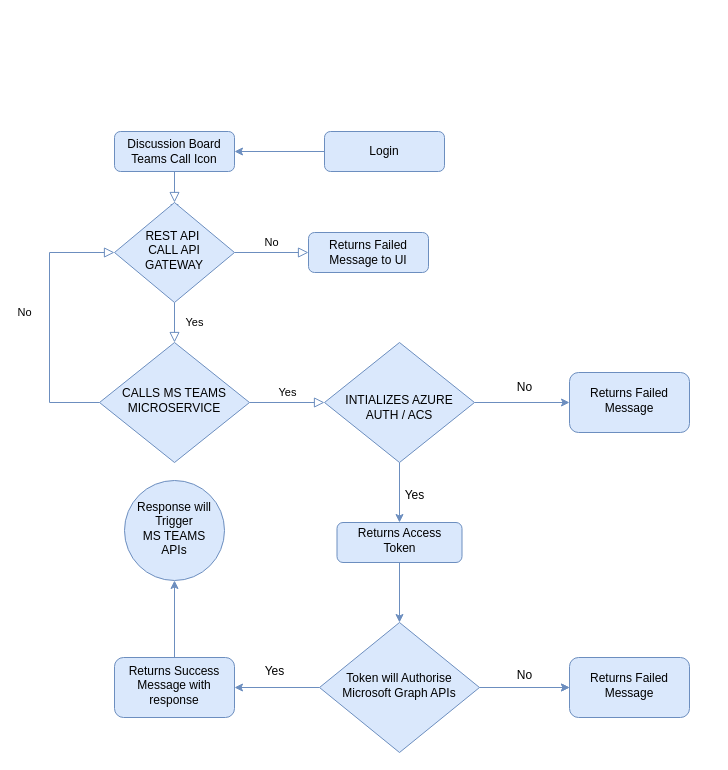
Earlier version of the draw.io diagram page "Page-1" (1 of 2) of Server side SSO.drawio (alluridurgaprasadreddy/ACS). Source tidied: cells renumbered, new cells numbered last; positions are measured from the earlier drawing's top-left corner, leaving out a move shared by most shapes. Both pictures are drawn from the tidied source at 100%, with x=0, y=0 at pixel (49, 131).
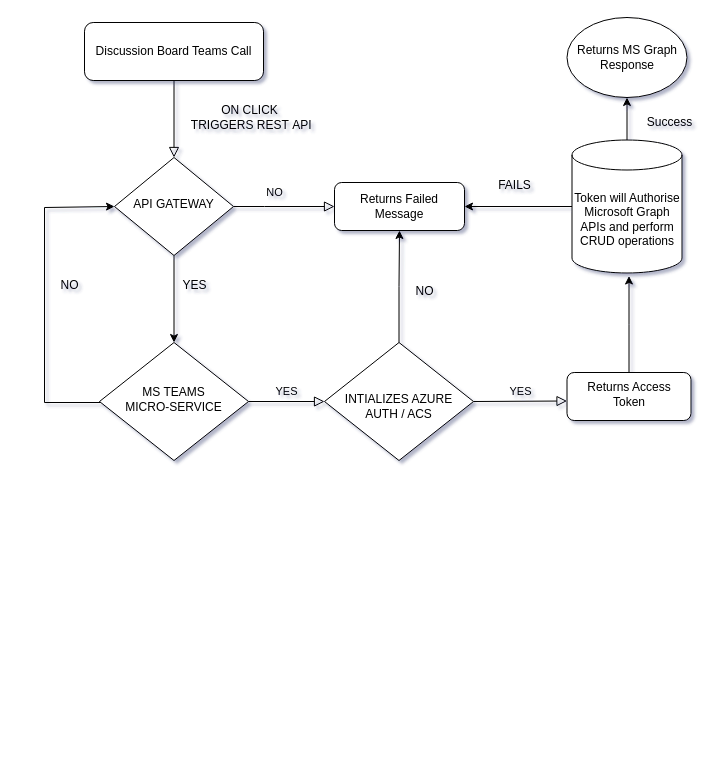
After the change.

What changed in the source:
```diff
@@
-<mxGraphModel>
+<mxGraphModel shadow="1">
@@
-    <mxCell id="2" style="rounded=0;html=1;jettySize=auto;fontSize=11;endArrow=block;endFill=0;endSize=8;strokeWidth=1;shadow=0;labelBackgroundColor=none;edgeStyle=orthogonalEdgeStyle;fillColor=#dae8fc;strokeColor=#6c8ebf;" parent="1" edge="1" source="3" target="7">
+    <mxCell id="2" style="rounded=0;html=1;jettySize=auto;fontSize=11;endArrow=block;endFill=0;endSize=8;strokeWidth=1;shadow=0;labelBackgroundColor=none;edgeStyle=orthogonalEdgeStyle;" parent="1" edge="1" source="3" target="7">
       <mxGeometry relative="1" as="geometry" />
     </mxCell>
-    <mxCell id="3" value="Discussion Board Teams Call Icon" style="rounded=1;whiteSpace=wrap;html=1;fontSize=12;glass=0;strokeWidth=1;shadow=0;fillColor=#dae8fc;strokeColor=#6c8ebf;" parent="1" vertex="1">
-      <mxGeometry x="65" width="120" height="40" as="geometry" />
+    <mxCell id="3" value="Discussion Board Teams Call" style="rounded=1;whiteSpace=wrap;html=1;fontSize=12;glass=0;strokeWidth=1;shadow=0;" parent="1" vertex="1">
+      <mxGeometry x="35" y="-109" width="179" height="58" as="geometry" />
     </mxCell>
+    <mxCell id="5" value="NO" style="edgeStyle=orthogonalEdgeStyle;rounded=0;html=1;jettySize=auto;fontSize=11;endArrow=block;endFill=0;endSize=8;strokeWidth=1;shadow=0;labelBackgroundColor=none;" parent="1" edge="1" source="7" target="8">
+      <mxGeometry x="-0.19" y="14" relative="1" as="geometry">
+        <Array as="points">
+          <mxPoint x="215" y="75" />
+          <mxPoint x="215" y="75" />
+        </Array>
+      </mxGeometry>
+    </mxCell>
-    <mxCell id="4" value="Yes" style="rounded=0;html=1;jettySize=auto;fontSize=11;endArrow=block;endFill=0;endSize=8;strokeWidth=1;shadow=0;labelBackgroundColor=none;edgeStyle=orthogonalEdgeStyle;fillColor=#dae8fc;strokeColor=#6c8ebf;" parent="1" edge="1" source="7" target="11">
-      <mxGeometry y="20" relative="1" as="geometry" />
+    <mxCell id="4" style="edgeStyle=orthogonalEdgeStyle;rounded=0;jettySize=auto;html=1;" parent="1" edge="1" source="7" target="11">
+      <mxGeometry relative="1" as="geometry" />
     </mxCell>
-    <mxCell id="5" value="No" style="edgeStyle=orthogonalEdgeStyle;rounded=0;html=1;jettySize=auto;fontSize=11;endArrow=block;endFill=0;endSize=8;strokeWidth=1;shadow=0;labelBackgroundColor=none;fillColor=#dae8fc;strokeColor=#6c8ebf;" parent="1" edge="1" source="7" target="8">
-      <mxGeometry y="10" relative="1" as="geometry" />
-    </mxCell>
-    <mxCell id="6" style="edgeStyle=orthogonalEdgeStyle;rounded=0;jettySize=auto;html=1;exitX=0.5;exitY=0;exitDx=0;exitDy=0;fillColor=#dae8fc;strokeColor=#6c8ebf;" parent="1" edge="1" source="7">
-      <mxGeometry relative="1" as="geometry">
-        <mxPoint x="125" y="81" as="targetPoint" />
-      </mxGeometry>
-    </mxCell>
-    <mxCell id="7" value="REST API&amp;nbsp;&lt;br&gt;CALL API GATEWAY" style="rhombus;whiteSpace=wrap;html=1;shadow=0;fontFamily=Helvetica;fontSize=12;align=center;strokeWidth=1;spacing=6;spacingTop=-4;fillColor=#dae8fc;strokeColor=#6c8ebf;" parent="1" vertex="1">
-      <mxGeometry x="65" y="71" width="120" height="100" as="geometry" />
+    <mxCell id="7" value="API GATEWAY" style="rhombus;whiteSpace=wrap;html=1;shadow=0;fontFamily=Helvetica;fontSize=12;align=center;strokeWidth=1;spacing=6;spacingTop=-4;" parent="1" vertex="1">
+      <mxGeometry x="65" y="26" width="119" height="98" as="geometry" />
     </mxCell>
-    <mxCell id="8" value="Returns Failed Message to UI" style="rounded=1;whiteSpace=wrap;html=1;fontSize=12;glass=0;strokeWidth=1;shadow=0;fillColor=#dae8fc;strokeColor=#6c8ebf;" parent="1" vertex="1">
-      <mxGeometry x="259" y="101" width="120" height="40" as="geometry" />
+    <mxCell id="8" value="Returns Failed Message" style="rounded=1;whiteSpace=wrap;html=1;fontSize=12;glass=0;strokeWidth=1;shadow=0;" parent="1" vertex="1">
+      <mxGeometry x="285" y="51" width="130" height="48" as="geometry" />
     </mxCell>
+    <mxCell id="10" value="YES" style="edgeStyle=orthogonalEdgeStyle;rounded=0;html=1;jettySize=auto;fontSize=11;endArrow=block;endFill=0;endSize=8;strokeWidth=1;shadow=0;labelBackgroundColor=none;entryX=0;entryY=0.5;entryDx=0;entryDy=0;" parent="1" edge="1" source="11" target="16">
+      <mxGeometry y="10" relative="1" as="geometry" />
+    </mxCell>
-    <mxCell id="9" value="No" style="rounded=0;html=1;jettySize=auto;fontSize=11;endArrow=block;endFill=0;endSize=8;strokeWidth=1;shadow=0;labelBackgroundColor=none;edgeStyle=orthogonalEdgeStyle;entryX=0;entryY=0.5;entryDx=0;entryDy=0;exitX=0;exitY=0.5;exitDx=0;exitDy=0;fillColor=#dae8fc;strokeColor=#6c8ebf;" parent="1" edge="1" source="11" target="7">
-      <mxGeometry x="0.06" y="25" relative="1" as="geometry">
+    <mxCell id="9" style="edgeStyle=orthogonalEdgeStyle;rounded=0;jettySize=auto;html=1;entryX=0;entryY=0.5;entryDx=0;entryDy=0;" parent="1" edge="1" source="11" target="7">
+      <mxGeometry relative="1" as="geometry">
         <Array as="points">
-          <mxPoint y="271" />
-          <mxPoint y="121" />
+          <mxPoint x="-5" y="271" />
+          <mxPoint x="-5" y="76" />
         </Array>
       </mxGeometry>
     </mxCell>
-    <mxCell id="10" value="Yes" style="edgeStyle=orthogonalEdgeStyle;rounded=0;html=1;jettySize=auto;fontSize=11;endArrow=block;endFill=0;endSize=8;strokeWidth=1;shadow=0;labelBackgroundColor=none;entryX=0;entryY=0.5;entryDx=0;entryDy=0;fillColor=#dae8fc;strokeColor=#6c8ebf;" parent="1" edge="1" source="11" target="16">
-      <mxGeometry y="10" relative="1" as="geometry" />
-    </mxCell>
-    <mxCell id="11" value="CALLS MS TEAMS MICROSERVICE" style="rhombus;whiteSpace=wrap;html=1;shadow=0;fontFamily=Helvetica;fontSize=12;align=center;strokeWidth=1;spacing=6;spacingTop=-4;fillColor=#dae8fc;strokeColor=#6c8ebf;" parent="1" vertex="1">
-      <mxGeometry x="50" y="211" width="150" height="120" as="geometry" />
+    <mxCell id="11" value="MS TEAMS &lt;br&gt;MICRO-SERVICE" style="rhombus;whiteSpace=wrap;html=1;shadow=0;fontFamily=Helvetica;fontSize=12;align=center;strokeWidth=1;spacing=6;spacingTop=-4;" parent="1" vertex="1">
+      <mxGeometry x="50" y="211" width="149" height="118" as="geometry" />
     </mxCell>
-    <mxCell id="12" style="edgeStyle=orthogonalEdgeStyle;rounded=0;jettySize=auto;html=1;fillColor=#dae8fc;strokeColor=#6c8ebf;" parent="1" edge="1" source="13" target="3">
-      <mxGeometry relative="1" as="geometry" />
-    </mxCell>
-    <mxCell id="13" value="Login" style="rounded=1;whiteSpace=wrap;html=1;fontSize=12;glass=0;strokeWidth=1;shadow=0;fillColor=#dae8fc;strokeColor=#6c8ebf;" parent="1" vertex="1">
-      <mxGeometry x="275" width="120" height="40" as="geometry" />
-    </mxCell>
-    <mxCell id="14" style="edgeStyle=orthogonalEdgeStyle;rounded=0;jettySize=auto;html=1;fillColor=#dae8fc;strokeColor=#6c8ebf;" parent="1" edge="1" source="16" target="18">
-      <mxGeometry relative="1" as="geometry" />
-    </mxCell>
-    <mxCell id="15" style="edgeStyle=orthogonalEdgeStyle;rounded=0;jettySize=auto;html=1;fillColor=#dae8fc;strokeColor=#6c8ebf;" parent="1" edge="1" source="16" target="19">
-      <mxGeometry relative="1" as="geometry" />
-    </mxCell>
+    <mxCell id="32" style="edgeStyle=orthogonalEdgeStyle;rounded=0;jettySize=auto;html=1;" parent="1" edge="1" source="16" target="8">
+      <mxGeometry relative="1" as="geometry" />
+    </mxCell>
-    <mxCell id="16" value="&lt;br&gt;INTIALIZES AZURE AUTH / ACS" style="rhombus;whiteSpace=wrap;html=1;shadow=0;fontFamily=Helvetica;fontSize=12;align=center;strokeWidth=1;spacing=6;spacingTop=-4;fillColor=#dae8fc;strokeColor=#6c8ebf;" parent="1" vertex="1">
-      <mxGeometry x="275" y="211" width="150" height="120" as="geometry" />
+    <mxCell id="16" value="&lt;br&gt;INTIALIZES AZURE AUTH / ACS" style="rhombus;whiteSpace=wrap;html=1;shadow=0;fontFamily=Helvetica;fontSize=12;align=center;strokeWidth=1;spacing=6;spacingTop=-4;" parent="1" vertex="1">
+      <mxGeometry x="275" y="211" width="149" height="118" as="geometry" />
     </mxCell>
-    <mxCell id="17" style="edgeStyle=orthogonalEdgeStyle;rounded=0;jettySize=auto;html=1;fillColor=#dae8fc;strokeColor=#6c8ebf;" parent="1" edge="1" source="18" target="27">
-      <mxGeometry relative="1" as="geometry" />
-    </mxCell>
+    <mxCell id="33" style="edgeStyle=orthogonalEdgeStyle;rounded=0;jettySize=auto;html=1;" parent="1" edge="1" source="18">
+      <mxGeometry relative="1" as="geometry">
+        <mxPoint x="579.5" y="144.5" as="targetPoint" />
+      </mxGeometry>
+    </mxCell>
-    <mxCell id="18" value="Returns Access&lt;br&gt;Token" style="rounded=1;whiteSpace=wrap;html=1;shadow=0;strokeWidth=1;spacing=6;spacingTop=-4;fillColor=#dae8fc;strokeColor=#6c8ebf;" parent="1" vertex="1">
-      <mxGeometry x="287.5" y="391" width="125" height="40" as="geometry" />
+    <mxCell id="18" value="Returns Access&lt;br&gt;Token" style="rounded=1;whiteSpace=wrap;html=1;shadow=0;strokeWidth=1;spacing=6;spacingTop=-4;" parent="1" vertex="1">
+      <mxGeometry x="517.5" y="241" width="124" height="48" as="geometry" />
     </mxCell>
-    <mxCell id="19" value="Returns Failed Message" style="rounded=1;whiteSpace=wrap;html=1;shadow=0;strokeWidth=1;spacing=6;spacingTop=-4;fillColor=#dae8fc;strokeColor=#6c8ebf;" parent="1" vertex="1">
-      <mxGeometry x="520" y="241" width="120" height="60" as="geometry" />
-    </mxCell>
-    <mxCell id="20" style="edgeStyle=orthogonalEdgeStyle;rounded=0;jettySize=auto;html=1;fillColor=#dae8fc;strokeColor=#6c8ebf;" parent="1" edge="1" source="21" target="23">
-      <mxGeometry relative="1" as="geometry" />
-    </mxCell>
-    <mxCell id="21" value="Returns Success Message with response" style="rounded=1;whiteSpace=wrap;html=1;shadow=0;strokeWidth=1;spacing=6;spacingTop=-4;fillColor=#dae8fc;strokeColor=#6c8ebf;" parent="1" vertex="1">
-      <mxGeometry x="65" y="526" width="120" height="60" as="geometry" />
-    </mxCell>
-    <mxCell id="22" value="Returns Failed Message" style="rounded=1;whiteSpace=wrap;html=1;shadow=0;strokeWidth=1;spacing=6;spacingTop=-4;fillColor=#dae8fc;strokeColor=#6c8ebf;" parent="1" vertex="1">
-      <mxGeometry x="520" y="526" width="120" height="60" as="geometry" />
-    </mxCell>
-    <mxCell id="23" value="Response will Trigger&lt;br&gt;MS TEAMS APIs" style="ellipse;whiteSpace=wrap;html=1;rounded=1;shadow=0;strokeWidth=1;spacing=6;spacingTop=-4;fillColor=#dae8fc;strokeColor=#6c8ebf;" parent="1" vertex="1">
-      <mxGeometry x="75" y="349" width="100" height="100" as="geometry" />
-    </mxCell>
-    <mxCell id="24" style="edgeStyle=orthogonalEdgeStyle;rounded=0;jettySize=auto;html=1;fillColor=#dae8fc;strokeColor=#6c8ebf;" parent="1" edge="1" source="27" target="22">
-      <mxGeometry relative="1" as="geometry" />
-    </mxCell>
-    <mxCell id="25" style="edgeStyle=orthogonalEdgeStyle;rounded=0;jettySize=auto;html=1;fillColor=#dae8fc;strokeColor=#6c8ebf;" parent="1" edge="1" source="27" target="21">
-      <mxGeometry relative="1" as="geometry" />
-    </mxCell>
-    <mxCell id="26" style="edgeStyle=orthogonalEdgeStyle;rounded=0;jettySize=auto;html=1;fillColor=#dae8fc;strokeColor=#6c8ebf;" parent="1" edge="1" source="27" target="22">
-      <mxGeometry relative="1" as="geometry" />
-    </mxCell>
-    <mxCell id="27" value="Token will Authorise Microsoft Graph APIs" style="rhombus;whiteSpace=wrap;html=1;shadow=0;fontFamily=Helvetica;fontSize=12;align=center;strokeWidth=1;spacing=6;spacingTop=-4;fillColor=#dae8fc;strokeColor=#6c8ebf;" parent="1" vertex="1">
-      <mxGeometry x="270" y="491" width="160" height="130" as="geometry" />
-    </mxCell>
-    <mxCell id="28" value="No" style="text;html=1;align=center;verticalAlign=middle;strokeColor=none;fillColor=none;" parent="1" vertex="1">
-      <mxGeometry x="455" y="241" width="40" height="30" as="geometry" />
+    <mxCell id="28" value="NO" style="text;html=1;align=center;verticalAlign=middle;" parent="1" vertex="1">
+      <mxGeometry x="355" y="144.5" width="40" height="30" as="geometry" />
     </mxCell>
-    <mxCell id="29" value="Yes" style="text;html=1;align=center;verticalAlign=middle;strokeColor=none;fillColor=none;" parent="1" vertex="1">
-      <mxGeometry x="345" y="349" width="40" height="30" as="geometry" />
-    </mxCell>
-    <mxCell id="30" value="No" style="text;html=1;align=center;verticalAlign=middle;strokeColor=none;fillColor=none;" parent="1" vertex="1">
-      <mxGeometry x="455" y="529" width="40" height="30" as="geometry" />
-    </mxCell>
-    <mxCell id="31" value="Yes" style="text;html=1;align=center;verticalAlign=middle;strokeColor=none;fillColor=none;" parent="1" vertex="1">
-      <mxGeometry x="205" y="525" width="40" height="30" as="geometry" />
-    </mxCell>
+    <mxCell id="34" value="ON CLICK&lt;br&gt;&amp;nbsp;TRIGGERS&amp;nbsp;REST&amp;nbsp;API" style="text;html=1;align=center;verticalAlign=middle;" parent="1" vertex="1">
+      <mxGeometry x="125" y="-34" width="150" height="40" as="geometry" />
+    </mxCell>
+    <mxCell id="35" value="YES" style="edgeStyle=orthogonalEdgeStyle;rounded=0;html=1;jettySize=auto;fontSize=11;endArrow=block;endFill=0;endSize=8;strokeWidth=1;shadow=0;labelBackgroundColor=none;entryX=0;entryY=0.5;entryDx=0;entryDy=0;exitX=1;exitY=0.5;exitDx=0;exitDy=0;" parent="1" edge="1" source="16">
+      <mxGeometry y="10" relative="1" as="geometry">
+        <mxPoint x="517.5" y="269.5" as="targetPoint" />
+      </mxGeometry>
+    </mxCell>
+    <mxCell id="36" style="edgeStyle=orthogonalEdgeStyle;rounded=0;jettySize=auto;html=1;" parent="1" edge="1" source="38" target="8">
+      <mxGeometry relative="1" as="geometry" />
+    </mxCell>
+    <mxCell id="37" style="edgeStyle=orthogonalEdgeStyle;rounded=0;jettySize=auto;html=1;" parent="1" edge="1" source="38" target="39">
+      <mxGeometry relative="1" as="geometry" />
+    </mxCell>
+    <mxCell id="38" value="Token will Authorise Microsoft Graph APIs and perform CRUD operations" style="shape=cylinder3;whiteSpace=wrap;html=1;boundedLbl=1;backgroundOutline=1;size=15;" parent="1" vertex="1">
+      <mxGeometry x="522.5" y="8.5" width="110" height="133" as="geometry" />
+    </mxCell>
+    <mxCell id="39" value="Returns MS Graph &lt;br&gt;Response" style="ellipse;whiteSpace=wrap;html=1;" parent="1" vertex="1">
+      <mxGeometry x="517.5" y="-114" width="120" height="80" as="geometry" />
+    </mxCell>
+    <mxCell id="40" value="FAILS" style="text;html=1;align=center;verticalAlign=middle;strokeColor=none;fillColor=none;" parent="1" vertex="1">
+      <mxGeometry x="435" y="39" width="60" height="30" as="geometry" />
+    </mxCell>
+    <mxCell id="41" value="Success" style="text;html=1;align=center;verticalAlign=middle;strokeColor=none;fillColor=none;" parent="1" vertex="1">
+      <mxGeometry x="585" y="-24" width="70" height="30" as="geometry" />
+    </mxCell>
+    <mxCell id="42" value="NO" style="text;html=1;align=center;verticalAlign=middle;strokeColor=none;fillColor=none;" parent="1" vertex="1">
+      <mxGeometry y="139" width="40" height="30" as="geometry" />
+    </mxCell>
+    <mxCell id="43" value="YES" style="text;html=1;align=center;verticalAlign=middle;strokeColor=none;fillColor=none;" parent="1" vertex="1">
+      <mxGeometry x="120" y="139" width="50" height="30" as="geometry" />
+    </mxCell>
```
